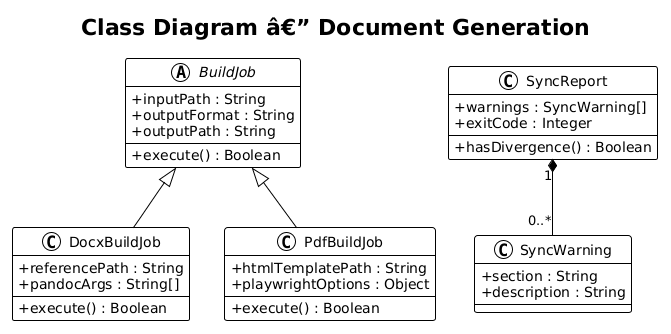
This is docs/detailed-designs/02-document-generation/diagrams/class_diagram.png from QuinntyneBrown/Orbit, a PlantUML export, as it was before one commit. Source of this version:
```plantuml
@startuml
!theme plain
skinparam classAttributeIconSize 0

title Class Diagram â€” Document Generation

abstract class BuildJob {
    +inputPath : String
    +outputFormat : String
    +outputPath : String
    +execute() : Boolean
}

class DocxBuildJob {
    +referencePath : String
    +pandocArgs : String[]
    +execute() : Boolean
}

class PdfBuildJob {
    +htmlTemplatePath : String
    +playwrightOptions : Object
    +execute() : Boolean
}

class SyncReport {
    +warnings : SyncWarning[]
    +exitCode : Integer
    +hasDivergence() : Boolean
}

class SyncWarning {
    +section : String
    +description : String
}

BuildJob <|-- DocxBuildJob
BuildJob <|-- PdfBuildJob
SyncReport "1" *-- "0..*" SyncWarning
@enduml
```
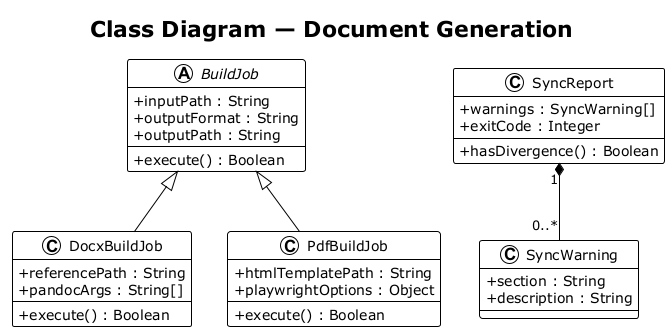
Above is the later version.

Diff of the diagram source:
```diff
@@ -1,8 +1,8 @@
-@startuml
+@startuml class_diagram
 !theme plain
 skinparam classAttributeIconSize 0
 
-title Class Diagram â€” Document Generation
+title Class Diagram — Document Generation
 
 abstract class BuildJob {
     +inputPath : String
@@ -37,4 +37,5 @@
 BuildJob <|-- DocxBuildJob
 BuildJob <|-- PdfBuildJob
 SyncReport "1" *-- "0..*" SyncWarning
+
 @enduml
```
